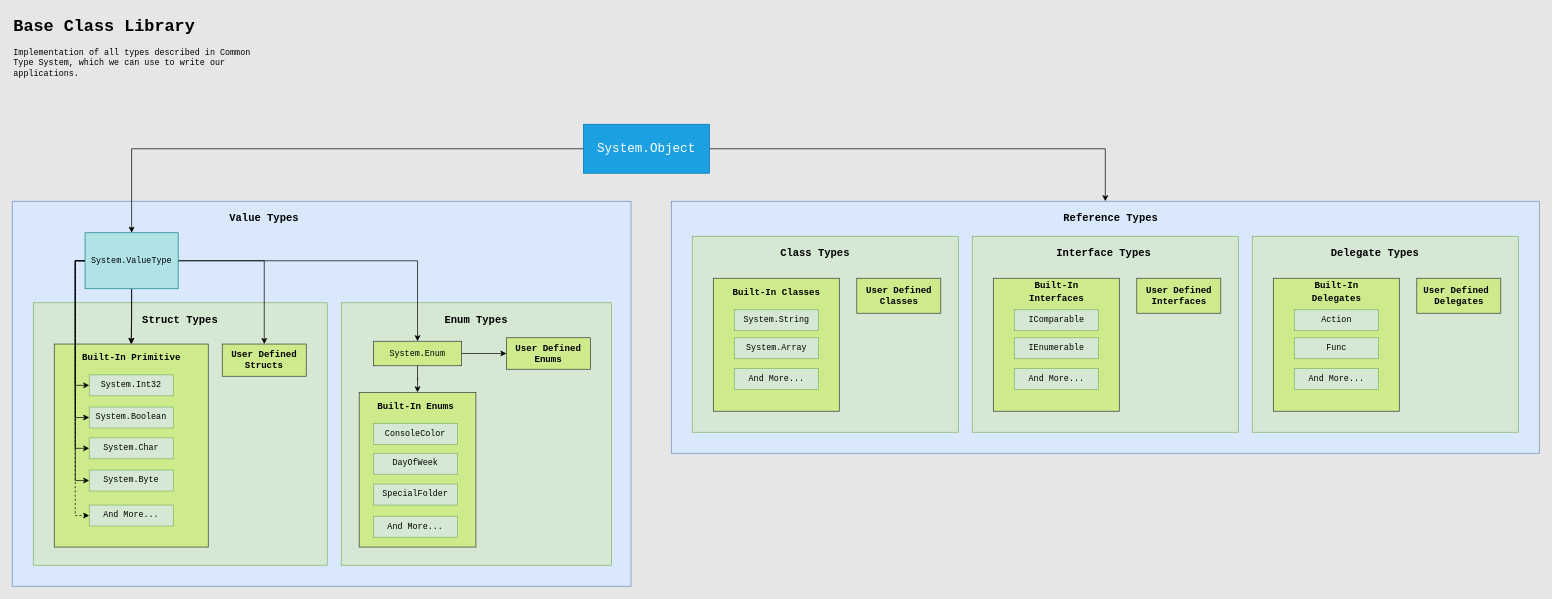
Before: page "CTS & BCL" (2 of 2) of Resources/Diagrams/CTS & BCL DataTypes/CTS & BCL Data Types.drawio in DigitalDevAcademy/Modern-CSharp-MasterClass, a draw.io diagram. Source tidied: cells renumbered, new cells numbered last; positions are measured from the earlier drawing's top-left corner, leaving out a move shared by most shapes. Both pictures are drawn from the tidied source at 70%, with x=0, y=0 at pixel (12, 12).
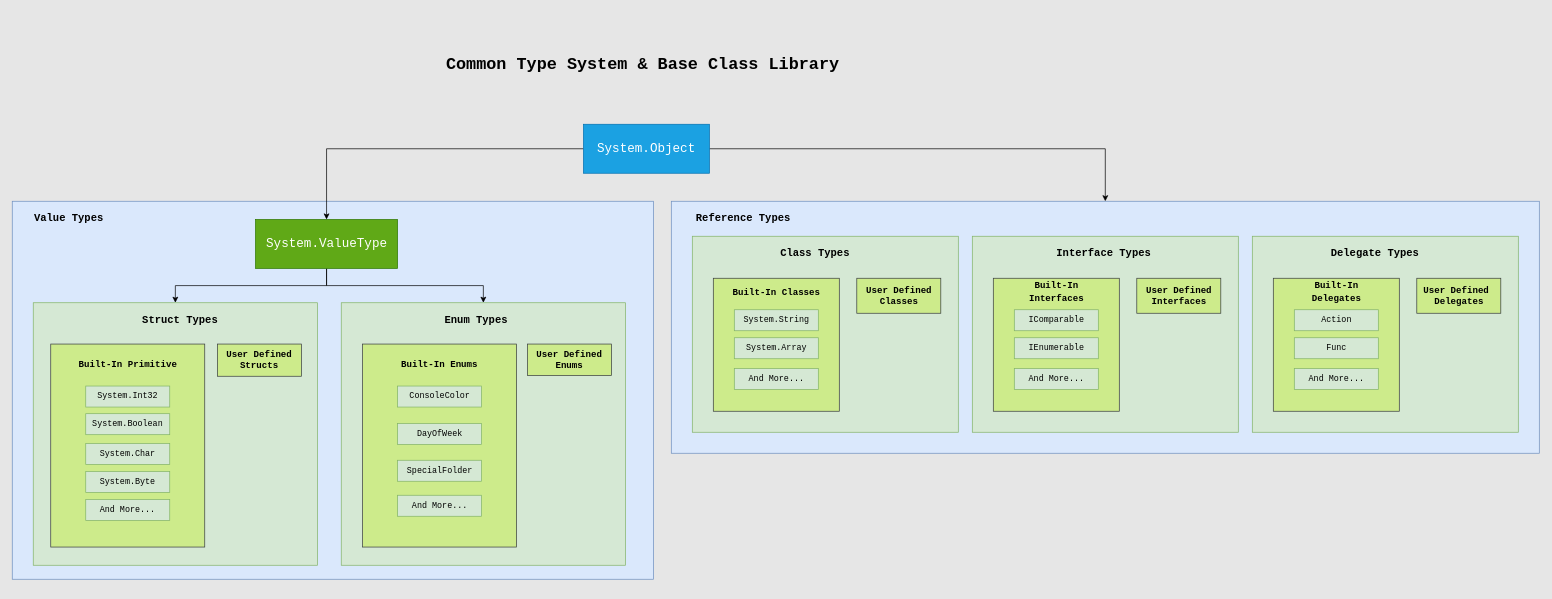
The same page after the edit.

The edit, as a diff of the source:
```diff
@@
     <mxCell id="3" style="rounded=0;whiteSpace=wrap;html=1;fillColor=#dae8fc;strokeColor=#6c8ebf;fontFamily=Courier New;" parent="1" vertex="1">
-      <mxGeometry y="270" width="884" height="550" as="geometry" />
+      <mxGeometry y="270" width="916" height="540" as="geometry" />
     </mxCell>
     <mxCell id="4" style="rounded=0;whiteSpace=wrap;html=1;fillColor=#d5e8d4;strokeColor=#82b366;fontFamily=Courier New;" parent="1" vertex="1">
-      <mxGeometry x="470" y="415" width="386" height="375" as="geometry" />
+      <mxGeometry x="470" y="415" width="406" height="375" as="geometry" />
     </mxCell>
     <mxCell id="5" style="rounded=0;whiteSpace=wrap;html=1;fillColor=#d5e8d4;strokeColor=#82b366;fontFamily=Courier New;" parent="1" vertex="1">
-      <mxGeometry x="30" y="415" width="420" height="375" as="geometry" />
+      <mxGeometry x="30" y="415" width="406" height="375" as="geometry" />
     </mxCell>
     <mxCell id="6" style="rounded=0;whiteSpace=wrap;html=1;fillColor=#cdeb8b;strokeColor=#36393d;fontFamily=Courier New;" parent="1" vertex="1">
-      <mxGeometry x="60" y="474" width="220" height="290" as="geometry" />
+      <mxGeometry x="55" y="474" width="220" height="290" as="geometry" />
     </mxCell>
-    <mxCell id="7" style="edgeStyle=orthogonalEdgeStyle;rounded=0;jettySize=auto;html=1;exitX=0;exitY=0.5;exitDx=0;exitDy=0;entryX=0;entryY=0.5;entryDx=0;entryDy=0;fontFamily=Courier New;" parent="1" edge="1" source="17" target="21">
-      <mxGeometry relative="1" as="geometry">
-        <Array as="points">
-          <mxPoint x="90" y="355" />
-          <mxPoint x="90" y="533" />
-        </Array>
-      </mxGeometry>
-    </mxCell>
-    <mxCell id="8" style="edgeStyle=orthogonalEdgeStyle;rounded=0;jettySize=auto;html=1;entryX=0;entryY=0.5;entryDx=0;entryDy=0;fontFamily=Courier New;" parent="1" edge="1" source="17" target="22">
-      <mxGeometry relative="1" as="geometry">
-        <Array as="points">
-          <mxPoint x="90" y="355" />
-          <mxPoint x="90" y="579" />
-        </Array>
-      </mxGeometry>
-    </mxCell>
-    <mxCell id="9" style="edgeStyle=orthogonalEdgeStyle;rounded=0;jettySize=auto;html=1;entryX=0;entryY=0.5;entryDx=0;entryDy=0;fontFamily=Courier New;" parent="1" edge="1" source="17" target="23">
-      <mxGeometry relative="1" as="geometry">
-        <Array as="points">
-          <mxPoint x="90" y="355" />
-          <mxPoint x="90" y="623" />
-        </Array>
-      </mxGeometry>
-    </mxCell>
-    <mxCell id="10" style="edgeStyle=orthogonalEdgeStyle;rounded=0;jettySize=auto;html=1;entryX=0;entryY=0.5;entryDx=0;entryDy=0;fontFamily=Courier New;" parent="1" edge="1" source="17" target="24">
-      <mxGeometry relative="1" as="geometry">
-        <Array as="points">
-          <mxPoint x="90" y="355" />
-          <mxPoint x="90" y="669" />
-        </Array>
-      </mxGeometry>
-    </mxCell>
-    <mxCell id="11" style="edgeStyle=orthogonalEdgeStyle;rounded=0;jettySize=auto;html=1;fontFamily=Courier New;" parent="1" edge="1" source="17" target="6">
-      <mxGeometry relative="1" as="geometry" />
-    </mxCell>
-    <mxCell id="12" style="edgeStyle=orthogonalEdgeStyle;rounded=0;jettySize=auto;html=1;fontFamily=Courier New;" parent="1" edge="1" source="17" target="6">
-      <mxGeometry relative="1" as="geometry" />
-    </mxCell>
-    <mxCell id="13" style="edgeStyle=orthogonalEdgeStyle;rounded=0;jettySize=auto;html=1;entryX=0;entryY=0.5;entryDx=0;entryDy=0;dashed=1;fontFamily=Courier New;" parent="1" edge="1" source="17" target="26">
-      <mxGeometry relative="1" as="geometry">
-        <Array as="points">
-          <mxPoint x="90" y="355" />
-          <mxPoint x="90" y="719" />
-        </Array>
-      </mxGeometry>
-    </mxCell>
-    <mxCell id="14" style="edgeStyle=orthogonalEdgeStyle;rounded=0;jettySize=auto;html=1;fontFamily=Courier New;" parent="1" edge="1" source="17" target="27">
-      <mxGeometry relative="1" as="geometry" />
-    </mxCell>
-    <mxCell id="15" style="edgeStyle=orthogonalEdgeStyle;rounded=0;jettySize=auto;html=1;exitX=1;exitY=0.5;exitDx=0;exitDy=0;" parent="1" edge="1" source="29" target="59">
-      <mxGeometry relative="1" as="geometry" />
-    </mxCell>
-    <mxCell id="16" style="edgeStyle=orthogonalEdgeStyle;rounded=0;jettySize=auto;html=1;entryX=0.5;entryY=0;entryDx=0;entryDy=0;" parent="1" edge="1" source="17" target="29">
-      <mxGeometry relative="1" as="geometry" />
-    </mxCell>
-    <mxCell id="17" value="System.ValueType" style="rounded=0;whiteSpace=wrap;html=1;fillColor=#b0e3e6;strokeColor=#0e8088;fontFamily=Courier New;" parent="1" vertex="1">
-      <mxGeometry x="104" y="315" width="133" height="80" as="geometry" />
-    </mxCell>
+    <mxCell id="66" style="edgeStyle=orthogonalEdgeStyle;rounded=0;jettySize=auto;html=1;entryX=0.5;entryY=0;entryDx=0;entryDy=0;exitX=0.5;exitY=1;exitDx=0;exitDy=0;" parent="1" edge="1" source="17" target="4">
+      <mxGeometry relative="1" as="geometry" />
+    </mxCell>
+    <mxCell id="67" style="edgeStyle=orthogonalEdgeStyle;rounded=0;jettySize=auto;html=1;entryX=0.5;entryY=0;entryDx=0;entryDy=0;exitX=0.5;exitY=1;exitDx=0;exitDy=0;" parent="1" edge="1" source="17" target="5">
+      <mxGeometry relative="1" as="geometry" />
+    </mxCell>
@@
     <mxCell id="21" value="System.Int32" style="rounded=0;whiteSpace=wrap;html=1;fillColor=#d5e8d4;strokeColor=#82b366;fontFamily=Courier New;" parent="1" vertex="1">
-      <mxGeometry x="110" y="518" width="120" height="30" as="geometry" />
+      <mxGeometry x="105" y="534" width="120" height="30" as="geometry" />
     </mxCell>
     <mxCell id="22" value="System.Boolean" style="rounded=0;whiteSpace=wrap;html=1;fillColor=#d5e8d4;strokeColor=#82b366;fontFamily=Courier New;" parent="1" vertex="1">
-      <mxGeometry x="110" y="564" width="120" height="30" as="geometry" />
+      <mxGeometry x="105" y="573.5" width="120" height="30" as="geometry" />
     </mxCell>
     <mxCell id="23" value="System.Char" style="rounded=0;whiteSpace=wrap;html=1;fillColor=#d5e8d4;strokeColor=#82b366;fontFamily=Courier New;" parent="1" vertex="1">
-      <mxGeometry x="110" y="608" width="120" height="30" as="geometry" />
+      <mxGeometry x="105" y="616" width="120" height="30" as="geometry" />
     </mxCell>
     <mxCell id="24" value="System.Byte" style="rounded=0;whiteSpace=wrap;html=1;fillColor=#d5e8d4;strokeColor=#82b366;fontFamily=Courier New;" parent="1" vertex="1">
-      <mxGeometry x="110" y="654" width="120" height="30" as="geometry" />
+      <mxGeometry x="105" y="656" width="120" height="30" as="geometry" />
     </mxCell>
     <mxCell id="25" value="&lt;font style=&quot;font-size: 13px;&quot;&gt;Built-In Primitive&lt;/font&gt;" style="text;html=1;align=center;verticalAlign=middle;whiteSpace=wrap;rounded=0;fontSize=15;fontStyle=1;fontFamily=Courier New;" parent="1" vertex="1">
-      <mxGeometry x="94.5" y="479" width="151" height="30" as="geometry" />
+      <mxGeometry x="89.5" y="488" width="151" height="30" as="geometry" />
     </mxCell>
     <mxCell id="26" value="And More..." style="rounded=0;whiteSpace=wrap;html=1;fillColor=#d5e8d4;strokeColor=#82b366;fontFamily=Courier New;" parent="1" vertex="1">
-      <mxGeometry x="110" y="704" width="120" height="30" as="geometry" />
+      <mxGeometry x="105" y="696" width="120" height="30" as="geometry" />
     </mxCell>
     <mxCell id="27" value="&lt;span style=&quot;font-weight: 700;&quot;&gt;&lt;font style=&quot;font-size: 13px;&quot;&gt;User Defined Structs&lt;/font&gt;&lt;/span&gt;" style="rounded=0;whiteSpace=wrap;html=1;fillColor=#cdeb8b;strokeColor=#36393d;fontFamily=Courier New;" parent="1" vertex="1">
-      <mxGeometry x="300" y="474" width="120" height="46" as="geometry" />
+      <mxGeometry x="293" y="474" width="120" height="46" as="geometry" />
     </mxCell>
-    <mxCell id="28" style="edgeStyle=orthogonalEdgeStyle;rounded=0;jettySize=auto;html=1;" parent="1" edge="1" source="29" target="60">
-      <mxGeometry relative="1" as="geometry" />
-    </mxCell>
-    <mxCell id="29" value="System.Enum" style="rounded=0;whiteSpace=wrap;html=1;fillColor=#cdeb8b;strokeColor=#36393d;fontFamily=Courier New;" parent="1" vertex="1">
-      <mxGeometry x="516" y="470" width="126" height="35" as="geometry" />
-    </mxCell>
@@
     <mxCell id="31" value="&lt;font&gt;Value Types&lt;/font&gt;" style="text;html=1;align=center;verticalAlign=middle;whiteSpace=wrap;rounded=0;fontSize=15;fontStyle=1;fontFamily=Courier New;" parent="1" vertex="1">
-      <mxGeometry x="295" y="280" width="130" height="30" as="geometry" />
+      <mxGeometry x="16" y="280" width="130" height="30" as="geometry" />
     </mxCell>
@@
     <mxCell id="35" value="&lt;font&gt;Reference Types&lt;/font&gt;" style="text;html=1;align=center;verticalAlign=middle;whiteSpace=wrap;rounded=0;fontSize=15;fontStyle=1;fontFamily=Courier New;" parent="1" vertex="1">
-      <mxGeometry x="1496.5" y="280" width="145" height="30" as="geometry" />
+      <mxGeometry x="971.5" y="280" width="145" height="30" as="geometry" />
     </mxCell>
@@
-    <mxCell id="58" value="&lt;h1 style=&quot;margin-top: 0px;&quot;&gt;Base Class Library&lt;/h1&gt;&lt;p&gt;Implementation of all types described in Common Type System, which we can use to write our applications.&lt;/p&gt;" style="text;html=1;whiteSpace=wrap;overflow=hidden;rounded=0;fontFamily=Courier New;" parent="1" vertex="1">
-      <mxGeometry width="367" height="124" as="geometry" />
+    <mxCell id="58" value="&lt;h1 style=&quot;margin-top: 0px;&quot;&gt;Common Type System &amp;amp; Base Class Library&lt;/h1&gt;&lt;p&gt;&lt;br&gt;&lt;/p&gt;" style="text;html=1;whiteSpace=wrap;overflow=hidden;rounded=0;fontFamily=Courier New;" parent="1" vertex="1">
+      <mxGeometry x="618" y="54" width="576" height="39" as="geometry" />
     </mxCell>
     <mxCell id="59" value="&lt;span style=&quot;font-weight: 700;&quot;&gt;&lt;font style=&quot;font-size: 13px;&quot;&gt;User Defined Enums&lt;/font&gt;&lt;/span&gt;" style="rounded=0;whiteSpace=wrap;html=1;fillColor=#cdeb8b;strokeColor=#36393d;fontFamily=Courier New;" parent="1" vertex="1">
-      <mxGeometry x="706" y="465" width="120" height="45" as="geometry" />
+      <mxGeometry x="736" y="474" width="120" height="45" as="geometry" />
     </mxCell>
-    <mxCell id="60" style="rounded=0;whiteSpace=wrap;html=1;fillColor=#cdeb8b;strokeColor=#36393d;fontFamily=Courier New;" parent="1" vertex="1">
-      <mxGeometry x="495.6" y="543" width="166.8" height="221" as="geometry" />
-    </mxCell>
+    <mxCell id="68" style="rounded=0;whiteSpace=wrap;html=1;fillColor=#cdeb8b;strokeColor=#36393d;fontFamily=Courier New;" parent="1" vertex="1">
+      <mxGeometry x="500.5" y="474" width="220" height="290" as="geometry" />
+    </mxCell>
     <mxCell id="61" value="ConsoleColor" style="rounded=0;whiteSpace=wrap;html=1;fillColor=#d5e8d4;strokeColor=#82b366;fontFamily=Courier New;" parent="1" vertex="1">
-      <mxGeometry x="516" y="587.5" width="120" height="30" as="geometry" />
+      <mxGeometry x="550.5" y="534" width="120" height="30" as="geometry" />
     </mxCell>
     <mxCell id="62" value="&lt;font style=&quot;font-size: 13px;&quot;&gt;Built-In Enums&lt;/font&gt;" style="text;html=1;align=center;verticalAlign=middle;whiteSpace=wrap;rounded=0;fontSize=15;fontStyle=1;fontFamily=Courier New;" parent="1" vertex="1">
-      <mxGeometry x="500.5" y="548" width="151" height="30" as="geometry" />
+      <mxGeometry x="535" y="488" width="151" height="30" as="geometry" />
     </mxCell>
     <mxCell id="63" value="DayOfWeek" style="rounded=0;whiteSpace=wrap;html=1;fillColor=#d5e8d4;strokeColor=#82b366;fontFamily=Courier New;" parent="1" vertex="1">
-      <mxGeometry x="516" y="630" width="120" height="30" as="geometry" />
+      <mxGeometry x="550.5" y="587.5" width="120" height="30" as="geometry" />
     </mxCell>
     <mxCell id="64" value="SpecialFolder" style="rounded=0;whiteSpace=wrap;html=1;fillColor=#d5e8d4;strokeColor=#82b366;fontFamily=Courier New;" parent="1" vertex="1">
-      <mxGeometry x="516" y="674" width="120" height="30" as="geometry" />
+      <mxGeometry x="550.5" y="640" width="120" height="30" as="geometry" />
     </mxCell>
     <mxCell id="65" value="And More..." style="rounded=0;whiteSpace=wrap;html=1;fillColor=#d5e8d4;strokeColor=#82b366;fontFamily=Courier New;" parent="1" vertex="1">
-      <mxGeometry x="516" y="720" width="120" height="30" as="geometry" />
+      <mxGeometry x="550.5" y="690" width="120" height="30" as="geometry" />
     </mxCell>
+    <mxCell id="17" value="&lt;font style=&quot;font-size: 18px;&quot; face=&quot;Courier New&quot;&gt;System.ValueType&lt;/font&gt;" style="rounded=0;whiteSpace=wrap;html=1;fillColor=#60a917;strokeColor=#2D7600;fontColor=#ffffff;" parent="1" vertex="1">
+      <mxGeometry x="347.5" y="296" width="203" height="70" as="geometry" />
+    </mxCell>
```
